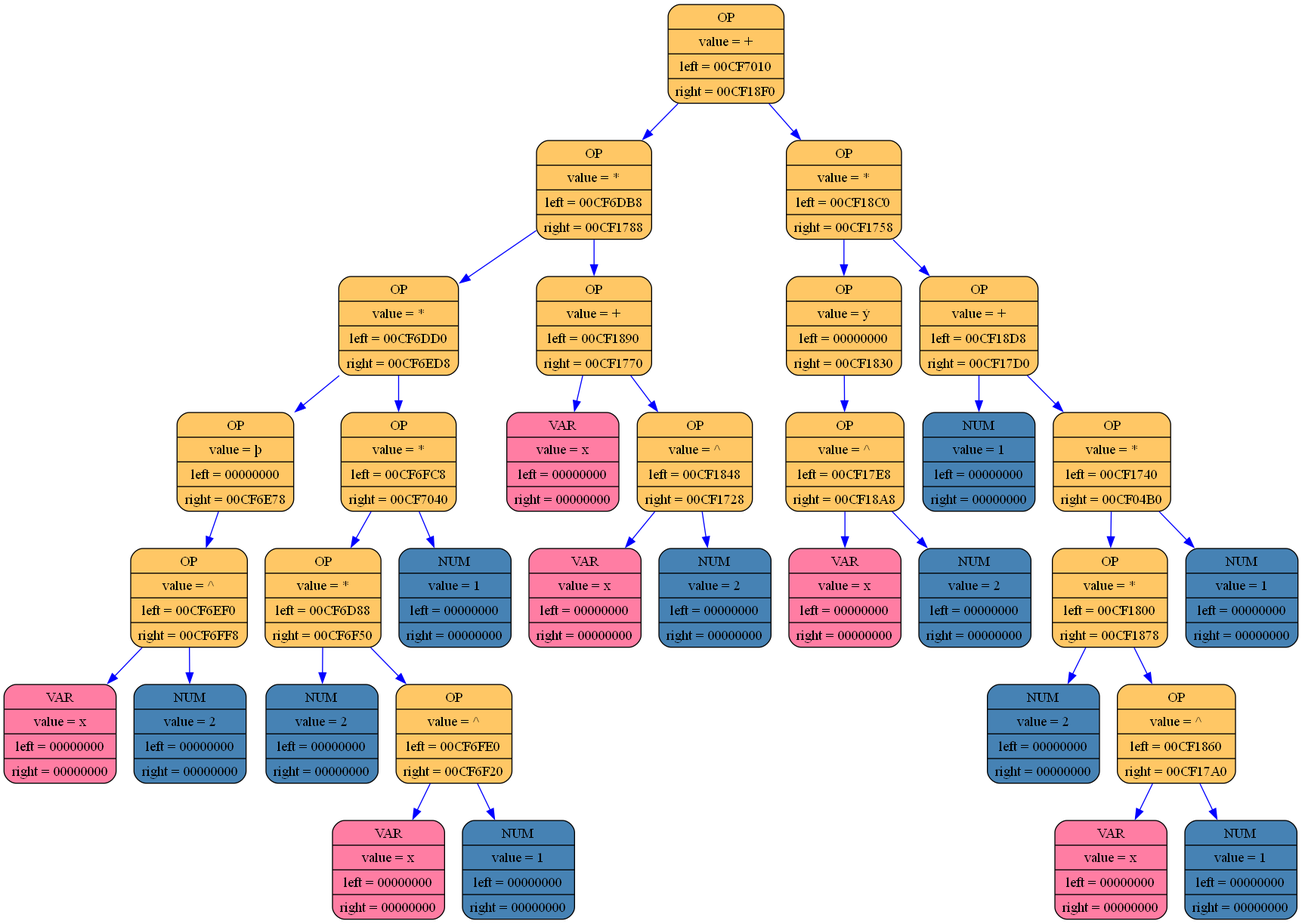
This is log_folder_differenciator/differenciator_graph.png from aywert/DIFFERENCIATOR, a Graphviz export, as it was before one commit. Its source is kept beside it as log_folder_differenciator/differenciator_graph.dot.
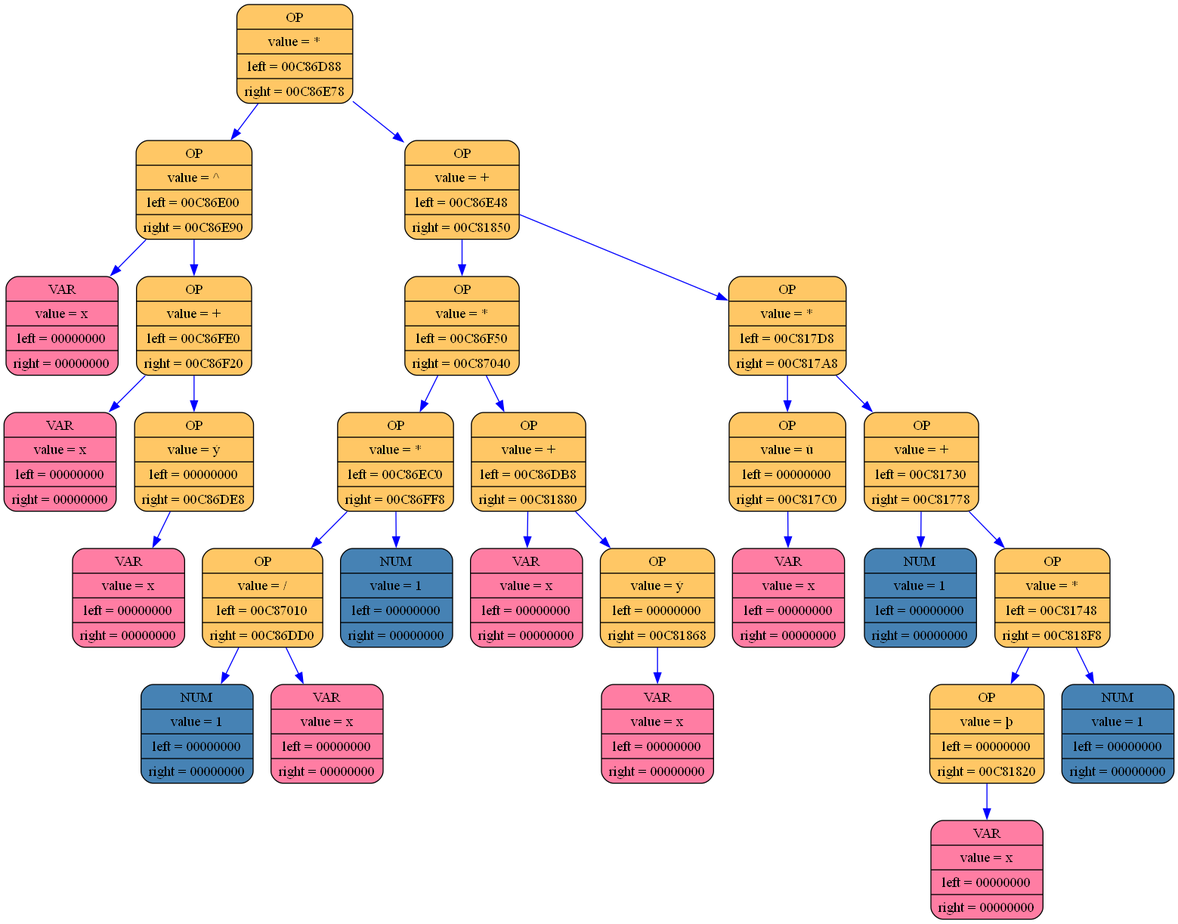
Later version of the same file.

The edit, as a diff of the source:
```diff
@@ -1,69 +1,57 @@
 digraph list
 {
 rankdir=HR;
-	13594140 [shape = Mrecord; style = filled; fillcolor="#ffc765"; color = "#000000"; fontcolor = "#000000"; label = "{ OP | value = + | left = 00CF7010| right = 00CF18F0}"];
-	13594140 -> 13594644 [color="blue"]
-	13594644 [shape = Mrecord; style = filled; fillcolor="#ffc765"; color = "#000000"; fontcolor = "#000000"; label = "{ OP | value = * | left = 00CF6DB8| right = 00CF1788}"];
-	13594644 -> 13594044 [color="blue"]
-	13594044 [shape = Mrecord; style = filled; fillcolor="#ffc765"; color = "#000000"; fontcolor = "#000000"; label = "{ OP | value = * | left = 00CF6DD0| right = 00CF6ED8}"];
-	13594044 -> 13594068 [color="blue"]
-	13594068 [shape = Mrecord; style = filled; fillcolor="#ffc765"; color = "#000000"; fontcolor = "#000000"; label = "{ OP | value = þ | left = 00000000| right = 00CF6E78}"];
-	13594068 -> 13594236 [color="blue"]
-	13594236 [shape = Mrecord; style = filled; fillcolor="#ffc765"; color = "#000000"; fontcolor = "#000000"; label = "{ OP | value = ^ | left = 00CF6EF0| right = 00CF6FF8}"];
-	13594236 -> 13594356 [color="blue"]
-	13594356 [shape = Mrecord; style = filled; fillcolor="#ff7da3"; color = "#000000"; fontcolor = "#000000"; label = "{ VAR | value = x | left = 00000000| right = 00000000}"];
-	13594236 -> 13594620 [color="blue"]
-	13594620 [shape = Mrecord; style = filled; fillcolor="#4682b4"; color = "#000000"; fontcolor = "#000000"; label = "{ NUM | value = 2 | left = 00000000| right = 00000000}"];
-	13594044 -> 13594332 [color="blue"]
-	13594332 [shape = Mrecord; style = filled; fillcolor="#ffc765"; color = "#000000"; fontcolor = "#000000"; label = "{ OP | value = * | left = 00CF6FC8| right = 00CF7040}"];
-	13594332 -> 13594572 [color="blue"]
-	13594572 [shape = Mrecord; style = filled; fillcolor="#ffc765"; color = "#000000"; fontcolor = "#000000"; label = "{ OP | value = * | left = 00CF6D88| right = 00CF6F50}"];
-	13594572 -> 13593996 [color="blue"]
-	13593996 [shape = Mrecord; style = filled; fillcolor="#4682b4"; color = "#000000"; fontcolor = "#000000"; label = "{ NUM | value = 2 | left = 00000000| right = 00000000}"];
-	13594572 -> 13594452 [color="blue"]
-	13594452 [shape = Mrecord; style = filled; fillcolor="#ffc765"; color = "#000000"; fontcolor = "#000000"; label = "{ OP | value = ^ | left = 00CF6FE0| right = 00CF6F20}"];
-	13594452 -> 13594596 [color="blue"]
-	13594596 [shape = Mrecord; style = filled; fillcolor="#ff7da3"; color = "#000000"; fontcolor = "#000000"; label = "{ VAR | value = x | left = 00000000| right = 00000000}"];
-	13594452 -> 13594404 [color="blue"]
-	13594404 [shape = Mrecord; style = filled; fillcolor="#4682b4"; color = "#000000"; fontcolor = "#000000"; label = "{ NUM | value = 1 | left = 00000000| right = 00000000}"];
-	13594332 -> 13594692 [color="blue"]
-	13594692 [shape = Mrecord; style = filled; fillcolor="#4682b4"; color = "#000000"; fontcolor = "#000000"; label = "{ NUM | value = 1 | left = 00000000| right = 00000000}"];
-	13594644 -> 13571980 [color="blue"]
-	13571980 [shape = Mrecord; style = filled; fillcolor="#ffc765"; color = "#000000"; fontcolor = "#000000"; label = "{ OP | value = + | left = 00CF1890| right = 00CF1770}"];
-	13571980 -> 13572244 [color="blue"]
-	13572244 [shape = Mrecord; style = filled; fillcolor="#ff7da3"; color = "#000000"; fontcolor = "#000000"; label = "{ VAR | value = x | left = 00000000| right = 00000000}"];
-	13571980 -> 13571956 [color="blue"]
-	13571956 [shape = Mrecord; style = filled; fillcolor="#ffc765"; color = "#000000"; fontcolor = "#000000"; label = "{ OP | value = ^ | left = 00CF1848| right = 00CF1728}"];
-	13571956 -> 13572172 [color="blue"]
-	13572172 [shape = Mrecord; style = filled; fillcolor="#ff7da3"; color = "#000000"; fontcolor = "#000000"; label = "{ VAR | value = x | left = 00000000| right = 00000000}"];
-	13571956 -> 13571884 [color="blue"]
-	13571884 [shape = Mrecord; style = filled; fillcolor="#4682b4"; color = "#000000"; fontcolor = "#000000"; label = "{ NUM | value = 2 | left = 00000000| right = 00000000}"];
-	13594140 -> 13572340 [color="blue"]
-	13572340 [shape = Mrecord; style = filled; fillcolor="#ffc765"; color = "#000000"; fontcolor = "#000000"; label = "{ OP | value = * | left = 00CF18C0| right = 00CF1758}"];
-	13572340 -> 13572292 [color="blue"]
-	13572292 [shape = Mrecord; style = filled; fillcolor="#ffc765"; color = "#000000"; fontcolor = "#000000"; label = "{ OP | value = ý | left = 00000000| right = 00CF1830}"];
-	13572292 -> 13572148 [color="blue"]
-	13572148 [shape = Mrecord; style = filled; fillcolor="#ffc765"; color = "#000000"; fontcolor = "#000000"; label = "{ OP | value = ^ | left = 00CF17E8| right = 00CF18A8}"];
-	13572148 -> 13572076 [color="blue"]
-	13572076 [shape = Mrecord; style = filled; fillcolor="#ff7da3"; color = "#000000"; fontcolor = "#000000"; label = "{ VAR | value = x | left = 00000000| right = 00000000}"];
-	13572148 -> 13572268 [color="blue"]
-	13572268 [shape = Mrecord; style = filled; fillcolor="#4682b4"; color = "#000000"; fontcolor = "#000000"; label = "{ NUM | value = 2 | left = 00000000| right = 00000000}"];
-	13572340 -> 13571932 [color="blue"]
-	13571932 [shape = Mrecord; style = filled; fillcolor="#ffc765"; color = "#000000"; fontcolor = "#000000"; label = "{ OP | value = + | left = 00CF18D8| right = 00CF17D0}"];
-	13571932 -> 13572316 [color="blue"]
-	13572316 [shape = Mrecord; style = filled; fillcolor="#4682b4"; color = "#000000"; fontcolor = "#000000"; label = "{ NUM | value = 1 | left = 00000000| right = 00000000}"];
-	13571932 -> 13572052 [color="blue"]
-	13572052 [shape = Mrecord; style = filled; fillcolor="#ffc765"; color = "#000000"; fontcolor = "#000000"; label = "{ OP | value = * | left = 00CF1740| right = 00CF04B0}"];
-	13572052 -> 13571908 [color="blue"]
-	13571908 [shape = Mrecord; style = filled; fillcolor="#ffc765"; color = "#000000"; fontcolor = "#000000"; label = "{ OP | value = * | left = 00CF1800| right = 00CF1878}"];
-	13571908 -> 13572100 [color="blue"]
-	13572100 [shape = Mrecord; style = filled; fillcolor="#4682b4"; color = "#000000"; fontcolor = "#000000"; label = "{ NUM | value = 2 | left = 00000000| right = 00000000}"];
-	13571908 -> 13572220 [color="blue"]
-	13572220 [shape = Mrecord; style = filled; fillcolor="#ffc765"; color = "#000000"; fontcolor = "#000000"; label = "{ OP | value = ^ | left = 00CF1860| right = 00CF17A0}"];
-	13572220 -> 13572196 [color="blue"]
-	13572196 [shape = Mrecord; style = filled; fillcolor="#ff7da3"; color = "#000000"; fontcolor = "#000000"; label = "{ VAR | value = x | left = 00000000| right = 00000000}"];
-	13572220 -> 13572004 [color="blue"]
-	13572004 [shape = Mrecord; style = filled; fillcolor="#4682b4"; color = "#000000"; fontcolor = "#000000"; label = "{ NUM | value = 1 | left = 00000000| right = 00000000}"];
-	13572052 -> 13567156 [color="blue"]
-	13567156 [shape = Mrecord; style = filled; fillcolor="#4682b4"; color = "#000000"; fontcolor = "#000000"; label = "{ NUM | value = 1 | left = 00000000| right = 00000000}"];
+	13135724 [shape = Mrecord; style = filled; fillcolor="#ffc765"; color = "#000000"; fontcolor = "#000000"; label = "{ OP | value = * | left = 00C86D88| right = 00C86E78}"];
+	13135724 -> 13135244 [color="blue"]
+	13135244 [shape = Mrecord; style = filled; fillcolor="#ffc765"; color = "#000000"; fontcolor = "#000000"; label = "{ OP | value = ^ | left = 00C86E00| right = 00C86E90}"];
+	13135244 -> 13135364 [color="blue"]
+	13135364 [shape = Mrecord; style = filled; fillcolor="#ff7da3"; color = "#000000"; fontcolor = "#000000"; label = "{ VAR | value = x | left = 00000000| right = 00000000}"];
+	13135244 -> 13135508 [color="blue"]
+	13135508 [shape = Mrecord; style = filled; fillcolor="#ffc765"; color = "#000000"; fontcolor = "#000000"; label = "{ OP | value = + | left = 00C86FE0| right = 00C86F20}"];
+	13135508 -> 13135844 [color="blue"]
+	13135844 [shape = Mrecord; style = filled; fillcolor="#ff7da3"; color = "#000000"; fontcolor = "#000000"; label = "{ VAR | value = x | left = 00000000| right = 00000000}"];
+	13135508 -> 13135652 [color="blue"]
+	13135652 [shape = Mrecord; style = filled; fillcolor="#ffc765"; color = "#000000"; fontcolor = "#000000"; label = "{ OP | value = ý | left = 00000000| right = 00C86DE8}"];
+	13135652 -> 13135340 [color="blue"]
+	13135340 [shape = Mrecord; style = filled; fillcolor="#ff7da3"; color = "#000000"; fontcolor = "#000000"; label = "{ VAR | value = x | left = 00000000| right = 00000000}"];
+	13135724 -> 13135484 [color="blue"]
+	13135484 [shape = Mrecord; style = filled; fillcolor="#ffc765"; color = "#000000"; fontcolor = "#000000"; label = "{ OP | value = + | left = 00C86E48| right = 00C81850}"];
+	13135484 -> 13135436 [color="blue"]
+	13135436 [shape = Mrecord; style = filled; fillcolor="#ffc765"; color = "#000000"; fontcolor = "#000000"; label = "{ OP | value = * | left = 00C86F50| right = 00C87040}"];
+	13135436 -> 13135700 [color="blue"]
+	13135700 [shape = Mrecord; style = filled; fillcolor="#ffc765"; color = "#000000"; fontcolor = "#000000"; label = "{ OP | value = * | left = 00C86EC0| right = 00C86FF8}"];
+	13135700 -> 13135556 [color="blue"]
+	13135556 [shape = Mrecord; style = filled; fillcolor="#ffc765"; color = "#000000"; fontcolor = "#000000"; label = "{ OP | value = / | left = 00C87010| right = 00C86DD0}"];
+	13135556 -> 13135892 [color="blue"]
+	13135892 [shape = Mrecord; style = filled; fillcolor="#4682b4"; color = "#000000"; fontcolor = "#000000"; label = "{ NUM | value = 1 | left = 00000000| right = 00000000}"];
+	13135556 -> 13135316 [color="blue"]
+	13135316 [shape = Mrecord; style = filled; fillcolor="#ff7da3"; color = "#000000"; fontcolor = "#000000"; label = "{ VAR | value = x | left = 00000000| right = 00000000}"];
+	13135700 -> 13135868 [color="blue"]
+	13135868 [shape = Mrecord; style = filled; fillcolor="#4682b4"; color = "#000000"; fontcolor = "#000000"; label = "{ NUM | value = 1 | left = 00000000| right = 00000000}"];
+	13135436 -> 13135940 [color="blue"]
+	13135940 [shape = Mrecord; style = filled; fillcolor="#ffc765"; color = "#000000"; fontcolor = "#000000"; label = "{ OP | value = + | left = 00C86DB8| right = 00C81880}"];
+	13135940 -> 13135292 [color="blue"]
+	13135292 [shape = Mrecord; style = filled; fillcolor="#ff7da3"; color = "#000000"; fontcolor = "#000000"; label = "{ VAR | value = x | left = 00000000| right = 00000000}"];
+	13135940 -> 13113476 [color="blue"]
+	13113476 [shape = Mrecord; style = filled; fillcolor="#ffc765"; color = "#000000"; fontcolor = "#000000"; label = "{ OP | value = ý | left = 00000000| right = 00C81868}"];
+	13113476 -> 13113452 [color="blue"]
+	13113452 [shape = Mrecord; style = filled; fillcolor="#ff7da3"; color = "#000000"; fontcolor = "#000000"; label = "{ VAR | value = x | left = 00000000| right = 00000000}"];
+	13135484 -> 13113428 [color="blue"]
+	13113428 [shape = Mrecord; style = filled; fillcolor="#ffc765"; color = "#000000"; fontcolor = "#000000"; label = "{ OP | value = * | left = 00C817D8| right = 00C817A8}"];
+	13113428 -> 13113308 [color="blue"]
+	13113308 [shape = Mrecord; style = filled; fillcolor="#ffc765"; color = "#000000"; fontcolor = "#000000"; label = "{ OP | value = ú | left = 00000000| right = 00C817C0}"];
+	13113308 -> 13113284 [color="blue"]
+	13113284 [shape = Mrecord; style = filled; fillcolor="#ff7da3"; color = "#000000"; fontcolor = "#000000"; label = "{ VAR | value = x | left = 00000000| right = 00000000}"];
+	13113428 -> 13113260 [color="blue"]
+	13113260 [shape = Mrecord; style = filled; fillcolor="#ffc765"; color = "#000000"; fontcolor = "#000000"; label = "{ OP | value = + | left = 00C81730| right = 00C81778}"];
+	13113260 -> 13113140 [color="blue"]
+	13113140 [shape = Mrecord; style = filled; fillcolor="#4682b4"; color = "#000000"; fontcolor = "#000000"; label = "{ NUM | value = 1 | left = 00000000| right = 00000000}"];
+	13113260 -> 13113212 [color="blue"]
+	13113212 [shape = Mrecord; style = filled; fillcolor="#ffc765"; color = "#000000"; fontcolor = "#000000"; label = "{ OP | value = * | left = 00C81748| right = 00C818F8}"];
+	13113212 -> 13113164 [color="blue"]
+	13113164 [shape = Mrecord; style = filled; fillcolor="#ffc765"; color = "#000000"; fontcolor = "#000000"; label = "{ OP | value = þ | left = 00000000| right = 00C81820}"];
+	13113164 -> 13113380 [color="blue"]
+	13113380 [shape = Mrecord; style = filled; fillcolor="#ff7da3"; color = "#000000"; fontcolor = "#000000"; label = "{ VAR | value = x | left = 00000000| right = 00000000}"];
+	13113212 -> 13113596 [color="blue"]
+	13113596 [shape = Mrecord; style = filled; fillcolor="#4682b4"; color = "#000000"; fontcolor = "#000000"; label = "{ NUM | value = 1 | left = 00000000| right = 00000000}"];
 	}
```
